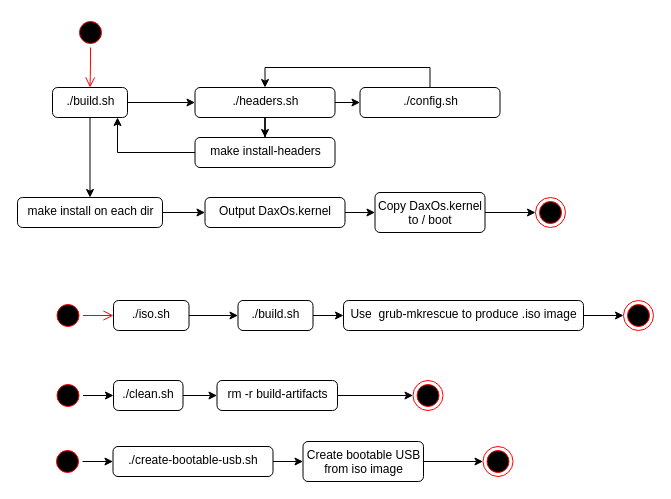
The draw.io diagram design-doc/activity/activity_diagram.drawio in DaxKernel/docs, before the edit. Source tidied: cells renumbered, new cells numbered last; positions are measured from the earlier drawing's top-left corner, leaving out a move shared by most shapes. Both pictures are drawn from the tidied source at 100%, with x=0, y=0 at pixel (17, 17).
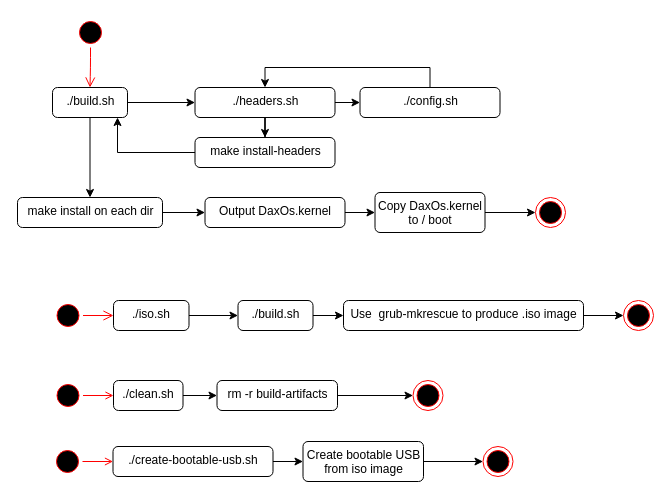
Above is the later version.

Commit message (it also covers changes not shown here):
Updated activity diagram

Unchanged cells that the change refers to:
```xml
<mxCell id="31" style="ellipse;html=1;shape=startState;fillColor=#000000;strokeColor=#ff0000;rounded=0;shadow=0;" parent="1" vertex="1">
  <mxGeometry x="35.5" y="363" width="30" height="30" as="geometry" />
</mxCell>
<mxCell id="33" value="./clean.sh" style="html=1;align=center;verticalAlign=top;rounded=1;absoluteArcSize=1;arcSize=10;dashed=0;whiteSpace=wrap;" parent="1" vertex="1">
  <mxGeometry x="96" y="363" width="69.5" height="30" as="geometry" />
</mxCell>
<mxCell id="38" style="ellipse;html=1;shape=startState;fillColor=#000000;strokeColor=#ff0000;rounded=0;shadow=0;" parent="1" vertex="1">
  <mxGeometry x="35" y="429" width="30" height="30" as="geometry" />
</mxCell>
<mxCell id="40" value="./create-bootable-usb.sh" style="html=1;align=center;verticalAlign=top;rounded=1;absoluteArcSize=1;arcSize=10;dashed=0;whiteSpace=wrap;" parent="1" vertex="1">
  <mxGeometry x="95.5" y="429" width="160" height="30" as="geometry" />
</mxCell>
```

Change to the diagram source:
```diff
@@
-    <mxCell id="30" style="edgeStyle=orthogonalEdgeStyle;rounded=0;jettySize=auto;html=1;exitX=1;exitY=0.5;exitDx=0;exitDy=0;" parent="1" edge="1" source="31" target="33">
+    <mxCell id="30" style="edgeStyle=orthogonalEdgeStyle;rounded=0;jettySize=auto;html=1;exitX=1;exitY=0.5;exitDx=0;exitDy=0;strokeColor=#FF0000;endArrow=open;endFill=0;" parent="1" edge="1" source="31" target="33">
       <mxGeometry relative="1" as="geometry" />
     </mxCell>
@@
-    <mxCell id="37" style="edgeStyle=orthogonalEdgeStyle;rounded=0;jettySize=auto;html=1;exitX=1;exitY=0.5;exitDx=0;exitDy=0;" parent="1" edge="1" source="38" target="40">
+    <mxCell id="37" style="edgeStyle=orthogonalEdgeStyle;rounded=0;jettySize=auto;html=1;exitX=1;exitY=0.5;exitDx=0;exitDy=0;strokeColor=#FF0000;endArrow=open;endFill=0;" parent="1" edge="1" source="38" target="40">
       <mxGeometry relative="1" as="geometry" />
     </mxCell>
```
